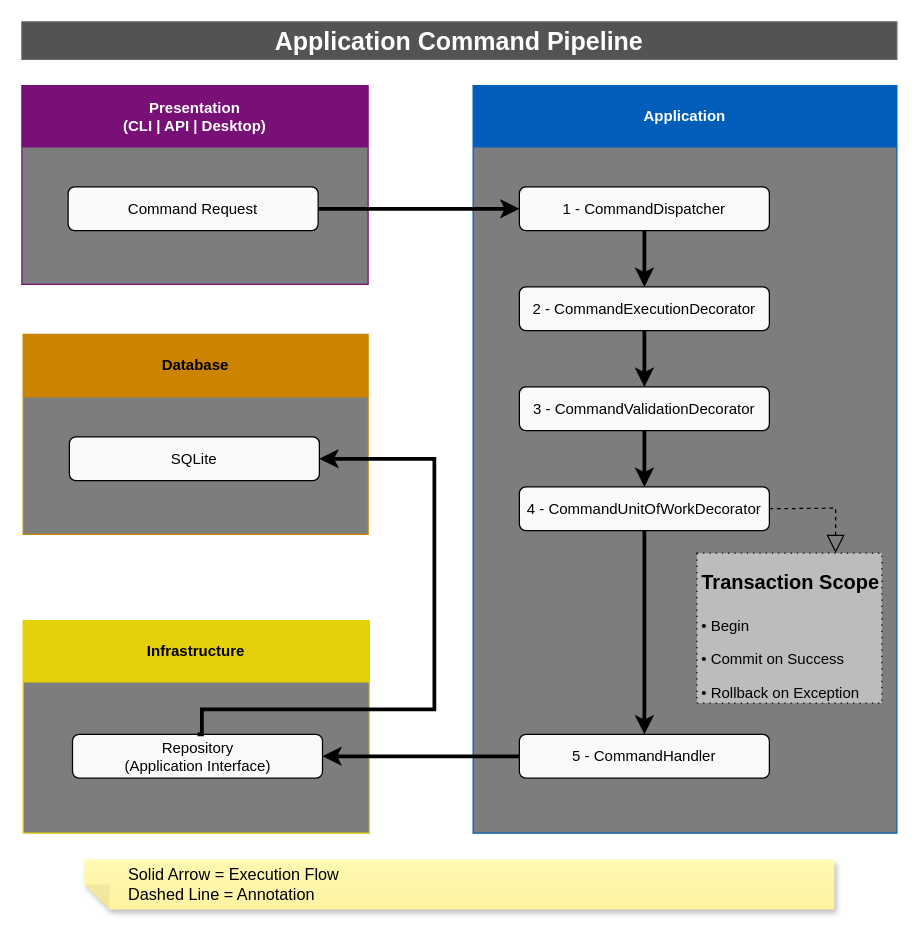
Above: docs/application/application-command-pipeline.drawio in sergio-lopes-developer/whoami (draw.io), before the change. Source tidied: cells renumbered, new cells numbered last; positions are measured from the earlier drawing's top-left corner, leaving out a move shared by most shapes. Both pictures are drawn from the tidied source at 125%, with x=0, y=0 at pixel (21, 21).
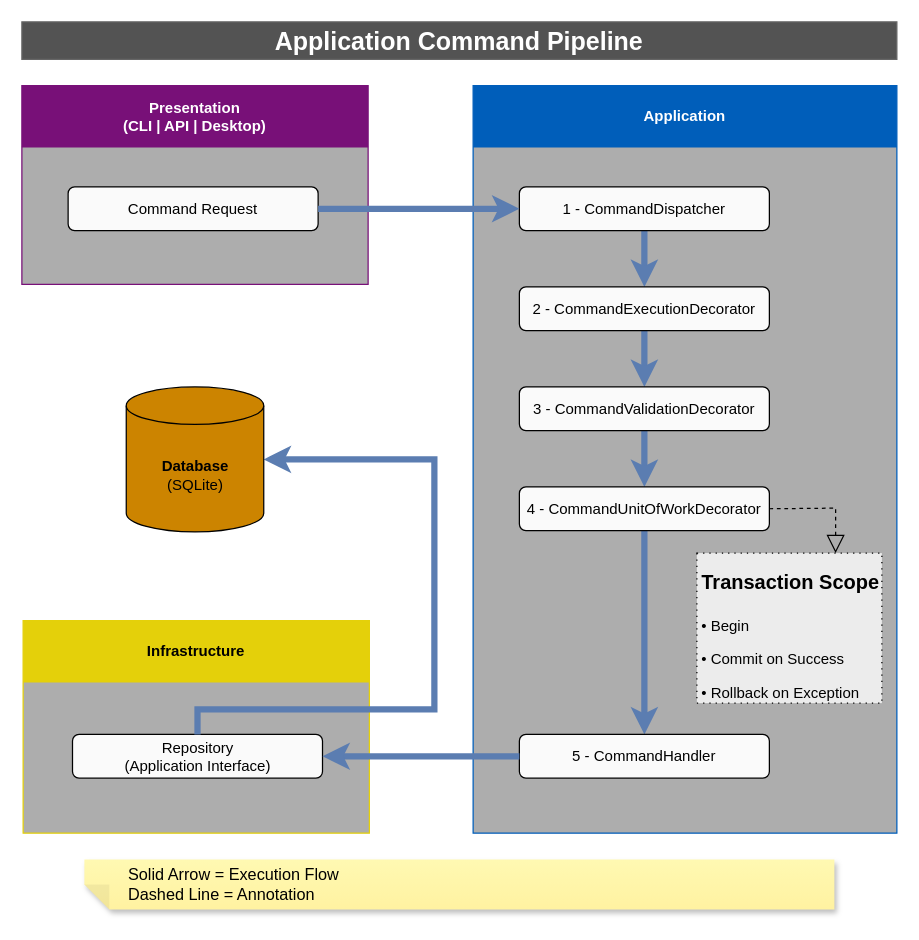
Above is the later version.

The change refers to these unchanged cells:
```xml
<mxCell id="3" value="Command Request" style="rounded=1;whiteSpace=wrap;html=1;fillColor=light-dark(#FAFAFA,#FAFAFA);fillStyle=solid;fontColor=light-dark(#000000,#000000);" parent="2" vertex="1">
  <mxGeometry x="37" y="81" width="200" height="35" as="geometry" />
</mxCell>
<mxCell id="6" value="1 - CommandDispatcher" style="rounded=1;whiteSpace=wrap;html=1;fillColor=light-dark(#FAFAFA,#FAFAFA);fillStyle=solid;fontColor=light-dark(#000000,#000000);" parent="4" vertex="1">
  <mxGeometry x="37" y="81" width="200" height="35" as="geometry" />
</mxCell>
<mxCell id="8" value="2 - CommandExecutionDecorator" style="rounded=1;whiteSpace=wrap;html=1;fillColor=light-dark(#FAFAFA,#FAFAFA);fontColor=light-dark(#000000,#000000);fillStyle=solid;" parent="4" vertex="1">
  <mxGeometry x="37" y="161" width="200" height="35" as="geometry" />
</mxCell>
<mxCell id="10" value="3 - CommandValidationDecorator" style="rounded=1;whiteSpace=wrap;html=1;fillColor=light-dark(#FAFAFA,#FAFAFA);fontColor=light-dark(#000000,#000000);fillStyle=solid;" parent="4" vertex="1">
  <mxGeometry x="37" y="241" width="200" height="35" as="geometry" />
</mxCell>
<mxCell id="12" value="4 - CommandUnitOfWorkDecorator" style="rounded=1;whiteSpace=wrap;html=1;fillColor=light-dark(#FAFAFA,#FAFAFA);fontColor=light-dark(#000000,#000000);fillStyle=solid;" parent="4" vertex="1">
  <mxGeometry x="37" y="321" width="200" height="35" as="geometry" />
</mxCell>
<mxCell id="13" value="5 - CommandHandler" style="rounded=1;whiteSpace=wrap;html=1;fillColor=light-dark(#FAFAFA,#FAFAFA);fontColor=light-dark(#000000,#000000);fillStyle=solid;" parent="4" vertex="1">
  <mxGeometry x="37" y="519" width="200" height="35" as="geometry" />
</mxCell>
<mxCell id="17" value="&lt;div&gt;Repository&lt;/div&gt;&lt;div&gt;(Application Interface)&lt;/div&gt;" style="rounded=1;whiteSpace=wrap;html=1;fillColor=light-dark(#FAFAFA,#FAFAFA);fontColor=light-dark(#000000,#000000);fillStyle=solid;" parent="16" vertex="1">
  <mxGeometry x="39.5" y="91" width="200" height="35" as="geometry" />
</mxCell>
```

Change to the diagram source:
```diff
@@
-    <mxCell id="2" value="Presentation&#10;(CLI | API | Desktop)" style="swimlane;whiteSpace=wrap;html=1;startSize=49;fillColor=light-dark(#781078,#781078);strokeColor=light-dark(#781078,#781078);fontColor=light-dark(#FFFFFF,#FFFFFF);swimlaneFillColor=light-dark(#7D7D7D,#7D7D7D);gradientColor=none;fillStyle=solid;" parent="1" vertex="1">
+    <mxCell id="2" value="Presentation&#10;(CLI | API | Desktop)" style="swimlane;whiteSpace=wrap;html=1;startSize=49;fillColor=light-dark(#781078,#781078);strokeColor=light-dark(#781078,#781078);fontColor=light-dark(#FFFFFF,#FFFFFF);swimlaneFillColor=light-dark(#ADADAD,#ADADAD);gradientColor=none;fillStyle=solid;" parent="1" vertex="1">
       <mxGeometry y="51" width="277" height="159" as="geometry" />
     </mxCell>
@@
-    <mxCell id="4" value="&lt;div&gt;Application&lt;/div&gt;" style="swimlane;whiteSpace=wrap;html=1;startSize=49;fillColor=light-dark(#005EBA,#005EBA);strokeColor=light-dark(#005EBA,#005EBA);fontColor=light-dark(#FFFFFF,#FFFFFF);swimlaneFillColor=light-dark(#7D7D7D,#7D7D7D);gradientColor=none;fillStyle=solid;" parent="1" vertex="1">
+    <mxCell id="4" value="&lt;div&gt;Application&lt;/div&gt;" style="swimlane;whiteSpace=wrap;html=1;startSize=49;fillColor=light-dark(#005EBA,#005EBA);strokeColor=light-dark(#005EBA,#005EBA);fontColor=light-dark(#FFFFFF,#FFFFFF);swimlaneFillColor=light-dark(#ADADAD,#ADADAD);gradientColor=none;fillStyle=solid;" parent="1" vertex="1">
       <mxGeometry x="361" y="51" width="339" height="598" as="geometry" />
     </mxCell>
-    <mxCell id="5" style="edgeStyle=orthogonalEdgeStyle;rounded=0;jettySize=auto;html=1;entryX=0.5;entryY=0;entryDx=0;entryDy=0;fontColor=light-dark(#000000,#FFFFFF);strokeWidth=3;strokeColor=light-dark(#000000,#FFFFFF);" parent="4" edge="1" source="6" target="8">
+    <mxCell id="5" style="edgeStyle=orthogonalEdgeStyle;rounded=0;jettySize=auto;html=1;entryX=0.5;entryY=0;entryDx=0;entryDy=0;fontColor=light-dark(#000000,#FFFFFF);strokeWidth=5;strokeColor=light-dark(#5B7DB1,#5B7DB1);" parent="4" edge="1" source="6" target="8">
       <mxGeometry relative="1" as="geometry" />
     </mxCell>
@@
-    <mxCell id="7" style="edgeStyle=orthogonalEdgeStyle;rounded=0;jettySize=auto;html=1;exitX=0.5;exitY=1;exitDx=0;exitDy=0;entryX=0.5;entryY=0;entryDx=0;entryDy=0;strokeWidth=3;strokeColor=light-dark(#000000,#FFFFFF);" parent="4" edge="1" source="8" target="10">
+    <mxCell id="7" style="edgeStyle=orthogonalEdgeStyle;rounded=0;jettySize=auto;html=1;exitX=0.5;exitY=1;exitDx=0;exitDy=0;entryX=0.5;entryY=0;entryDx=0;entryDy=0;strokeWidth=5;strokeColor=light-dark(#5B7DB1,#5B7DB1);" parent="4" edge="1" source="8" target="10">
       <mxGeometry relative="1" as="geometry" />
     </mxCell>
@@
-    <mxCell id="9" style="edgeStyle=orthogonalEdgeStyle;rounded=0;jettySize=auto;html=1;entryX=0.5;entryY=0;entryDx=0;entryDy=0;strokeWidth=3;strokeColor=light-dark(#000000,#FFFFFF);" parent="4" edge="1" source="10" target="12">
+    <mxCell id="9" style="edgeStyle=orthogonalEdgeStyle;rounded=0;jettySize=auto;html=1;entryX=0.5;entryY=0;entryDx=0;entryDy=0;strokeWidth=5;strokeColor=light-dark(#5B7DB1,#5B7DB1);" parent="4" edge="1" source="10" target="12">
       <mxGeometry relative="1" as="geometry" />
     </mxCell>
@@
-    <mxCell id="11" style="edgeStyle=orthogonalEdgeStyle;rounded=0;jettySize=auto;html=1;strokeWidth=3;strokeColor=light-dark(#000000,#FFFFFF);" parent="4" edge="1" source="12" target="13">
+    <mxCell id="11" style="edgeStyle=orthogonalEdgeStyle;rounded=0;jettySize=auto;html=1;strokeWidth=5;strokeColor=light-dark(#5B7DB1,#5B7DB1);" parent="4" edge="1" source="12" target="13">
       <mxGeometry relative="1" as="geometry" />
     </mxCell>
@@
-    <mxCell id="14" value="&lt;h1 style=&quot;margin-top: 0px;&quot;&gt;&lt;font style=&quot;font-size: 16px;&quot;&gt;Transaction Scope&lt;/font&gt;&lt;/h1&gt;&lt;p&gt;• Begin&lt;/p&gt;&lt;p&gt;• Commit on Success&lt;/p&gt;&lt;p&gt;• Rollback on Exception&lt;/p&gt;" style="text;html=1;whiteSpace=wrap;overflow=hidden;rounded=0;strokeColor=light-dark(#000000,#FFFFFF);spacingLeft=2;spacingBottom=0;dashed=1;dashPattern=1 4;fontColor=light-dark(#000000,#000000);fillColor=light-dark(#BCBCBC,#BCBCBC);" parent="4" vertex="1">
+    <mxCell id="14" value="&lt;h1 style=&quot;margin-top: 0px;&quot;&gt;&lt;font style=&quot;font-size: 16px;&quot;&gt;Transaction Scope&lt;/font&gt;&lt;/h1&gt;&lt;p&gt;• Begin&lt;/p&gt;&lt;p&gt;• Commit on Success&lt;/p&gt;&lt;p&gt;• Rollback on Exception&lt;/p&gt;" style="text;html=1;whiteSpace=wrap;overflow=hidden;rounded=0;strokeColor=light-dark(#000000,#FFFFFF);spacingLeft=2;spacingBottom=0;dashed=1;dashPattern=1 4;fontColor=light-dark(#000000,#000000);fillColor=light-dark(#ECECEC,#ECECEC);" parent="4" vertex="1">
       <mxGeometry x="179" y="374" width="148" height="120" as="geometry" />
     </mxCell>
@@
-    <mxCell id="16" value="&lt;div&gt;Infrastructure&lt;/div&gt;" style="swimlane;whiteSpace=wrap;html=1;startSize=49;fillColor=light-dark(#E4D00A,#E4D00A);strokeColor=light-dark(#E4D00A,#E4D00A);fontColor=light-dark(#000000,#000000);swimlaneFillColor=light-dark(#7D7D7D,#7D7D7D);fillStyle=solid;" parent="1" vertex="1">
+    <mxCell id="16" value="&lt;div&gt;Infrastructure&lt;/div&gt;" style="swimlane;whiteSpace=wrap;html=1;startSize=49;fillColor=light-dark(#E4D00A,#E4D00A);strokeColor=light-dark(#E4D00A,#E4D00A);fontColor=light-dark(#000000,#000000);swimlaneFillColor=light-dark(#ADADAD,#ADADAD);fillStyle=solid;" parent="1" vertex="1">
       <mxGeometry x="1" y="479" width="277" height="170" as="geometry" />
     </mxCell>
@@
-    <mxCell id="18" style="edgeStyle=orthogonalEdgeStyle;rounded=0;jettySize=auto;html=1;exitX=1;exitY=0.5;exitDx=0;exitDy=0;entryX=0;entryY=0.5;entryDx=0;entryDy=0;fontColor=light-dark(#000000,#FFFFFF);strokeWidth=3;strokeColor=light-dark(#000000,#FFFFFF);" parent="1" edge="1" source="3" target="6">
+    <mxCell id="18" style="edgeStyle=orthogonalEdgeStyle;rounded=0;jettySize=auto;html=1;exitX=1;exitY=0.5;exitDx=0;exitDy=0;entryX=0;entryY=0.5;entryDx=0;entryDy=0;fontColor=light-dark(#000000,#FFFFFF);strokeWidth=5;strokeColor=light-dark(#5B7DB1,#5B7DB1);" parent="1" edge="1" source="3" target="6">
       <mxGeometry relative="1" as="geometry" />
     </mxCell>
-    <mxCell id="19" style="edgeStyle=orthogonalEdgeStyle;rounded=0;jettySize=auto;html=1;entryX=1;entryY=0.5;entryDx=0;entryDy=0;strokeWidth=3;strokeColor=light-dark(#000000,#FFFFFF);" parent="1" edge="1" source="13" target="17">
+    <mxCell id="19" style="edgeStyle=orthogonalEdgeStyle;rounded=0;jettySize=auto;html=1;entryX=1;entryY=0.5;entryDx=0;entryDy=0;strokeWidth=5;strokeColor=light-dark(#5B7DB1,#5B7DB1);" parent="1" edge="1" source="13" target="17">
       <mxGeometry relative="1" as="geometry" />
     </mxCell>
@@
-    <mxCell id="21" value="Database" style="swimlane;whiteSpace=wrap;html=1;fillColor=light-dark(#CC8400,#CC8400);strokeColor=light-dark(#CC8400,#CC8400);startSize=50;fontColor=light-dark(#000000,#000000);swimlaneFillColor=light-dark(#7D7D7D,#7D7D7D);gradientColor=none;fillStyle=solid;" parent="1" vertex="1">
-      <mxGeometry x="1" y="250" width="276" height="160" as="geometry" />
-    </mxCell>
-    <mxCell id="22" value="SQLite" style="rounded=1;whiteSpace=wrap;html=1;fillColor=light-dark(#FAFAFA,#FAFAFA);fontColor=light-dark(#000000,#000000);fillStyle=solid;" parent="21" vertex="1">
-      <mxGeometry x="37" y="82" width="200" height="35" as="geometry" />
-    </mxCell>
-    <mxCell id="23" style="edgeStyle=orthogonalEdgeStyle;rounded=0;jettySize=auto;html=1;exitX=0.5;exitY=0;exitDx=0;exitDy=0;entryX=1;entryY=0.5;entryDx=0;entryDy=0;strokeWidth=3;strokeColor=light-dark(#000000,#FFFFFF);" parent="1" edge="1" source="17" target="22">
+    <mxCell id="23" style="edgeStyle=orthogonalEdgeStyle;rounded=0;jettySize=auto;html=1;exitX=0.5;exitY=0;exitDx=0;exitDy=0;strokeWidth=5;strokeColor=light-dark(#5B7DB1,#5B7DB1);entryX=1;entryY=0.5;entryDx=0;entryDy=0;entryPerimeter=0;" parent="1" edge="1" source="17" target="25">
       <mxGeometry relative="1" as="geometry">
         <Array as="points">
-          <mxPoint x="144" y="550" />
+          <mxPoint x="140" y="550" />
           <mxPoint x="330" y="550" />
           <mxPoint x="330" y="350" />
         </Array>
       </mxGeometry>
     </mxCell>
@@
+    <mxCell id="25" value="&lt;b&gt;Database&lt;/b&gt;&lt;div&gt;(SQLite)&lt;/div&gt;" style="shape=cylinder3;whiteSpace=wrap;html=1;boundedLbl=1;backgroundOutline=1;size=15;fillColor=light-dark(#CC8400,#CC8400);fontColor=light-dark(#000000,#000000);" parent="1" vertex="1">
+      <mxGeometry x="83.5" y="292" width="110" height="116" as="geometry" />
+    </mxCell>
```
